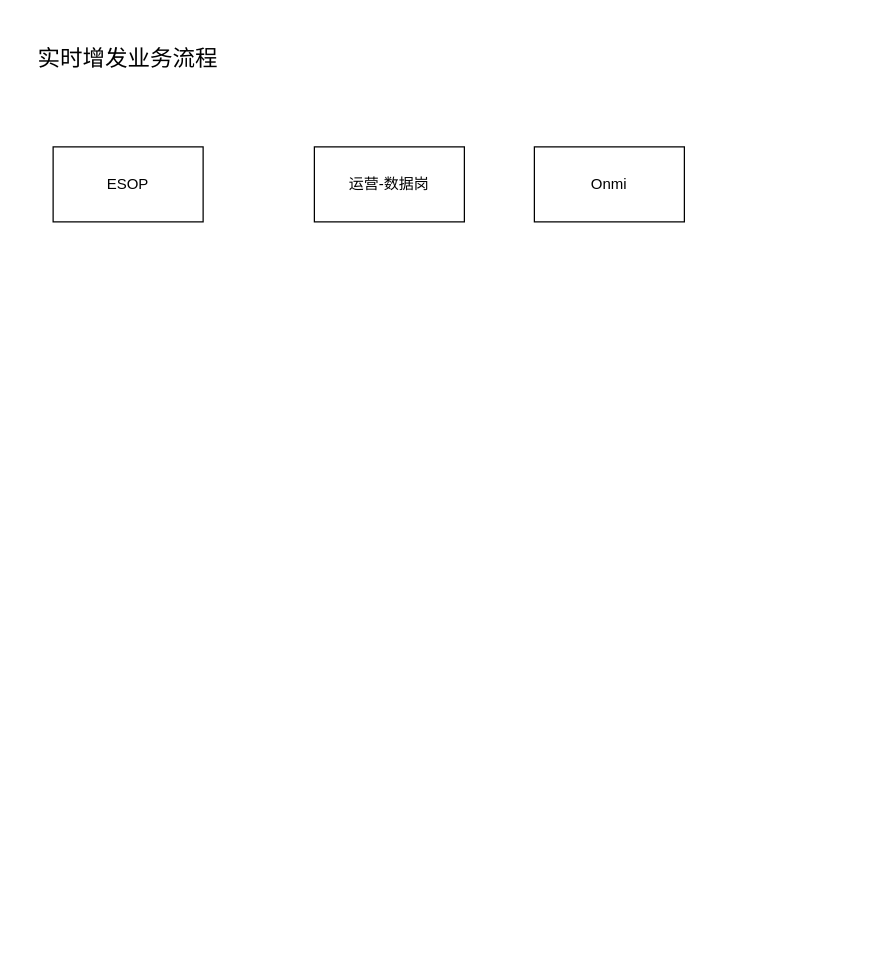
Above: Untitled Diagram.drawio in fengyong7723131/xiaoye (draw.io), before the change. Source tidied: cells renumbered, new cells numbered last; positions are measured from the earlier drawing's top-left corner, leaving out a move shared by most shapes. Both pictures are drawn from the tidied source at 125%, with x=0, y=0 at pixel (21, 21).
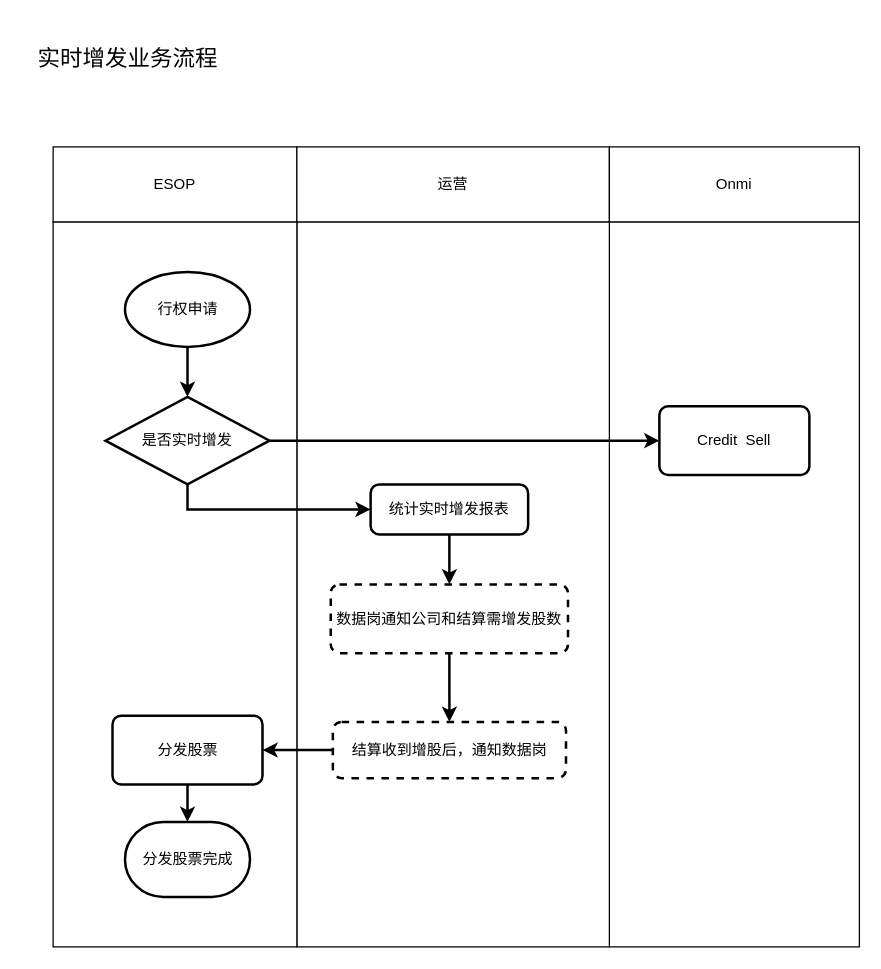
After the change.

Commit message:
实时增发业务流程.drawio

What changed in the source:
```diff
@@
+    <mxCell id="6" style="verticalLabelPosition=bottom;verticalAlign=top;html=1;shape=mxgraph.basic.rect;fillColor2=none;strokeWidth=1;size=20;indent=5;" parent="1" vertex="1">
+      <mxGeometry x="470" y="160" width="200" height="580" as="geometry" />
+    </mxCell>
+    <mxCell id="7" style="verticalLabelPosition=bottom;verticalAlign=top;html=1;shape=mxgraph.basic.rect;fillColor2=none;strokeWidth=1;size=20;indent=5;" parent="1" vertex="1">
+      <mxGeometry x="220" y="160" width="250" height="580" as="geometry" />
+    </mxCell>
+    <mxCell id="8" style="verticalLabelPosition=bottom;verticalAlign=top;html=1;shape=mxgraph.basic.rect;fillColor2=none;strokeWidth=1;size=20;indent=5;" parent="1" vertex="1">
+      <mxGeometry x="25" y="160" width="195" height="580" as="geometry" />
+    </mxCell>
@@
     <mxCell id="3" value="ESOP" style="rounded=0;whiteSpace=wrap;html=1;" parent="1" vertex="1">
-      <mxGeometry x="25" y="100" width="120" height="60" as="geometry" />
+      <mxGeometry x="25" y="100" width="195" height="60" as="geometry" />
     </mxCell>
-    <mxCell id="4" value="运营-数据岗" style="rounded=0;whiteSpace=wrap;html=1;" parent="1" vertex="1">
-      <mxGeometry x="234" y="100" width="120" height="60" as="geometry" />
+    <mxCell id="4" value="运营" style="rounded=0;whiteSpace=wrap;html=1;" parent="1" vertex="1">
+      <mxGeometry x="220" y="100" width="250" height="60" as="geometry" />
     </mxCell>
     <mxCell id="5" value="Onmi" style="rounded=0;whiteSpace=wrap;html=1;" parent="1" vertex="1">
-      <mxGeometry x="410" y="100" width="120" height="60" as="geometry" />
+      <mxGeometry x="470" y="100" width="200" height="60" as="geometry" />
     </mxCell>
+    <mxCell id="9" value="分发股票完成" style="strokeWidth=2;html=1;shape=mxgraph.flowchart.terminator;whiteSpace=wrap;" parent="1" vertex="1">
+      <mxGeometry x="82.5" y="640" width="100" height="60" as="geometry" />
+    </mxCell>
+    <mxCell id="10" value="行权申请" style="strokeWidth=2;html=1;shape=mxgraph.flowchart.start_1;whiteSpace=wrap;" parent="1" vertex="1">
+      <mxGeometry x="82.5" y="200" width="100" height="60" as="geometry" />
+    </mxCell>
+    <mxCell id="11" style="endArrow=classic;html=1;exitX=0.5;exitY=1;exitDx=0;exitDy=0;exitPerimeter=0;entryX=0.5;entryY=0;entryDx=0;entryDy=0;entryPerimeter=0;strokeWidth=2;" parent="1" edge="1" source="10" target="14">
+      <mxGeometry relative="1" as="geometry" />
+    </mxCell>
+    <mxCell id="12" style="edgeStyle=orthogonalEdgeStyle;rounded=0;jettySize=auto;html=1;exitX=0.5;exitY=1;exitDx=0;exitDy=0;exitPerimeter=0;strokeWidth=2;" parent="1" edge="1" source="14" target="16">
+      <mxGeometry relative="1" as="geometry" />
+    </mxCell>
+    <mxCell id="13" style="edgeStyle=orthogonalEdgeStyle;rounded=0;jettySize=auto;html=1;exitX=1;exitY=0.5;exitDx=0;exitDy=0;exitPerimeter=0;strokeWidth=2;entryX=0;entryY=0.5;entryDx=0;entryDy=0;" parent="1" edge="1" source="14" target="17">
+      <mxGeometry relative="1" as="geometry" />
+    </mxCell>
+    <mxCell id="14" value="是否实时增发" style="strokeWidth=2;html=1;shape=mxgraph.flowchart.decision;whiteSpace=wrap;" parent="1" vertex="1">
+      <mxGeometry x="66.9" y="300" width="131.2" height="70" as="geometry" />
+    </mxCell>
+    <mxCell id="15" style="edgeStyle=orthogonalEdgeStyle;rounded=0;jettySize=auto;html=1;exitX=0.5;exitY=1;exitDx=0;exitDy=0;strokeWidth=2;entryX=0.5;entryY=0;entryDx=0;entryDy=0;" parent="1" edge="1" source="16" target="19">
+      <mxGeometry relative="1" as="geometry" />
+    </mxCell>
+    <mxCell id="16" value="统计实时增发报表" style="rounded=1;whiteSpace=wrap;html=1;absoluteArcSize=1;arcSize=14;strokeWidth=2;" parent="1" vertex="1">
+      <mxGeometry x="279" y="370" width="126" height="40" as="geometry" />
+    </mxCell>
+    <mxCell id="17" value="Credit &amp;nbsp;Sell" style="rounded=1;whiteSpace=wrap;html=1;absoluteArcSize=1;arcSize=14;strokeWidth=2;" parent="1" vertex="1">
+      <mxGeometry x="510" y="307.5" width="120" height="55" as="geometry" />
+    </mxCell>
+    <mxCell id="18" style="edgeStyle=orthogonalEdgeStyle;rounded=0;jettySize=auto;html=1;exitX=0.5;exitY=1;exitDx=0;exitDy=0;strokeWidth=2;entryX=0.5;entryY=0;entryDx=0;entryDy=0;" parent="1" edge="1" source="19" target="21">
+      <mxGeometry relative="1" as="geometry" />
+    </mxCell>
+    <mxCell id="19" value="数据岗通知公司和结算需增发股数" style="rounded=1;whiteSpace=wrap;html=1;absoluteArcSize=1;arcSize=14;strokeWidth=2;dashed=1;" parent="1" vertex="1">
+      <mxGeometry x="247.1" y="450" width="189.8" height="55" as="geometry" />
+    </mxCell>
+    <mxCell id="20" style="edgeStyle=orthogonalEdgeStyle;rounded=0;jettySize=auto;html=1;exitX=0;exitY=0.5;exitDx=0;exitDy=0;strokeWidth=2;" parent="1" edge="1" source="21" target="23">
+      <mxGeometry relative="1" as="geometry" />
+    </mxCell>
+    <mxCell id="21" value="结算收到增股后，通知数据岗" style="rounded=1;whiteSpace=wrap;html=1;absoluteArcSize=1;arcSize=14;strokeWidth=2;dashed=1;" parent="1" vertex="1">
+      <mxGeometry x="248.8" y="560" width="186.5" height="45" as="geometry" />
+    </mxCell>
+    <mxCell id="22" style="edgeStyle=orthogonalEdgeStyle;rounded=0;jettySize=auto;html=1;exitX=0.5;exitY=1;exitDx=0;exitDy=0;strokeWidth=2;" parent="1" edge="1" source="23" target="9">
+      <mxGeometry relative="1" as="geometry" />
+    </mxCell>
+    <mxCell id="23" value="分发股票" style="rounded=1;whiteSpace=wrap;html=1;absoluteArcSize=1;arcSize=14;strokeWidth=2;" parent="1" vertex="1">
+      <mxGeometry x="72.5" y="555" width="120" height="55" as="geometry" />
+    </mxCell>
```
